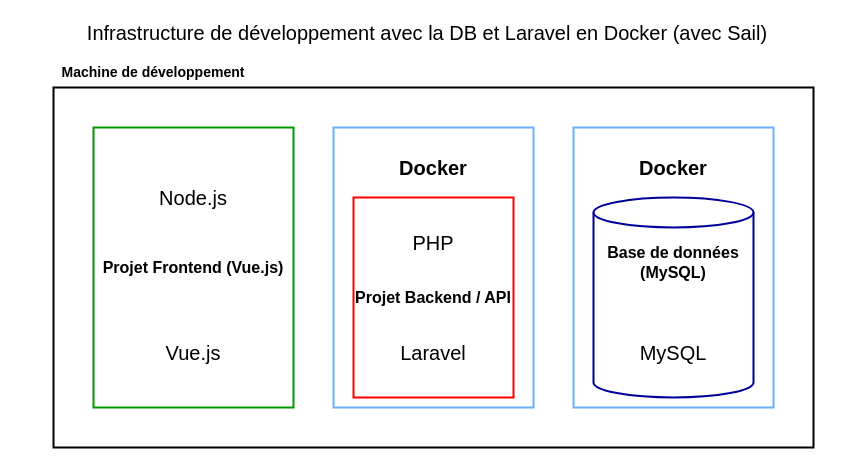
alecberney/TB_Report keeps this draw.io diagram as assets/figures/infrastructure-dev-db-laravel-docker.drawio. Above is the earlier version. Source tidied: cells renumbered, new cells numbered last; positions are measured from the earlier drawing's top-left corner, leaving out a move shared by most shapes. Both pictures are drawn from the tidied source at 100%, with x=0, y=0 at pixel (17, 17).
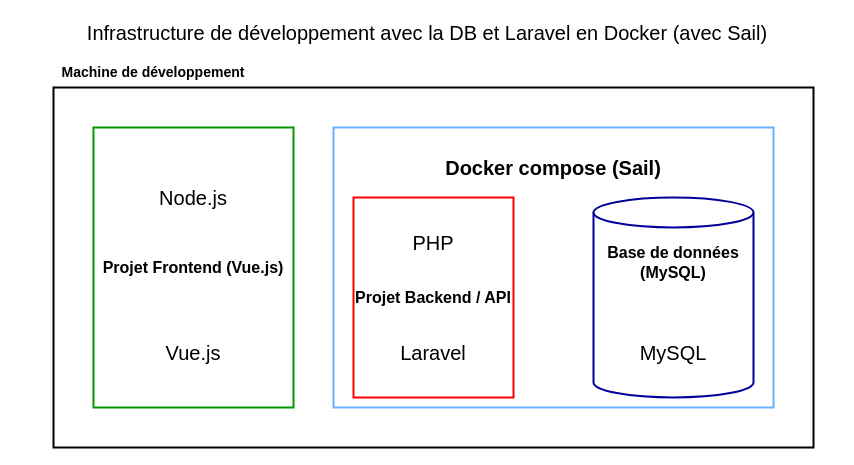
The same diagram, later.

Change to the diagram source:
```diff
@@
 <mxGraphModel>
   <root>
     <mxCell id="0" />
     <mxCell id="1" parent="0" />
     <mxCell id="2" style="rounded=0;whiteSpace=wrap;html=1;fillColor=none;strokeWidth=2;" parent="1" vertex="1">
       <mxGeometry x="36" y="70" width="760" height="360" as="geometry" />
     </mxCell>
     <mxCell id="3" style="rounded=0;whiteSpace=wrap;html=1;fontSize=14;strokeWidth=2;fillColor=none;strokeColor=#66B2FF;" parent="1" vertex="1">
-      <mxGeometry x="316" y="110" width="200" height="280" as="geometry" />
+      <mxGeometry x="316" y="110" width="440" height="280" as="geometry" />
     </mxCell>
-    <mxCell id="4" style="rounded=0;whiteSpace=wrap;html=1;fontSize=14;strokeWidth=2;fillColor=none;strokeColor=#66B2FF;" parent="1" vertex="1">
-      <mxGeometry x="556" y="110" width="200" height="280" as="geometry" />
-    </mxCell>
     <mxCell id="5" value="Infrastructure de développement avec la DB et Laravel en Docker (avec Sail)" style="text;html=1;strokeColor=none;fillColor=none;align=center;verticalAlign=middle;whiteSpace=wrap;rounded=0;fontSize=20;" parent="1" vertex="1">
       <mxGeometry width="820" height="30" as="geometry" />
     </mxCell>
     <mxCell id="6" value="&lt;span style=&quot;font-size: 14px;&quot;&gt;Machine de développement&lt;/span&gt;" style="text;html=1;strokeColor=none;fillColor=none;align=center;verticalAlign=middle;whiteSpace=wrap;rounded=0;fontStyle=1;fontSize=14;" parent="1" vertex="1">
       <mxGeometry x="36" y="40" width="200" height="30" as="geometry" />
     </mxCell>
     <mxCell id="7" value="&lt;font style=&quot;font-size: 16px;&quot;&gt;Projet Frontend (Vue.js)&lt;/font&gt;" style="rounded=0;whiteSpace=wrap;html=1;strokeWidth=2;fillColor=none;fontSize=16;strokeColor=#009900;fontStyle=1;" parent="1" vertex="1">
       <mxGeometry x="76" y="110" width="200" height="280" as="geometry" />
     </mxCell>
     <mxCell id="8" value="Projet Backend / API" style="rounded=0;whiteSpace=wrap;html=1;strokeWidth=2;fillColor=none;fontSize=16;fontStyle=1;strokeColor=#FF0000;" parent="1" vertex="1">
       <mxGeometry x="336" y="180" width="160" height="200" as="geometry" />
     </mxCell>
     <mxCell id="9" style="shape=cylinder3;whiteSpace=wrap;html=1;boundedLbl=1;backgroundOutline=1;size=15;strokeWidth=2;fillColor=none;fontSize=14;fontColor=#000000;strokeColor=#000099;" parent="1" vertex="1">
       <mxGeometry x="576" y="180" width="160" height="200" as="geometry" />
     </mxCell>
     <mxCell id="10" value="Base de données (MySQL)" style="text;html=1;strokeColor=none;fillColor=none;align=center;verticalAlign=middle;whiteSpace=wrap;rounded=0;fontSize=16;fontStyle=1;" parent="1" vertex="1">
       <mxGeometry x="576" y="230" width="160" height="30" as="geometry" />
     </mxCell>
     <mxCell id="11" value="Node.js" style="text;html=1;strokeColor=none;fillColor=none;align=center;verticalAlign=middle;whiteSpace=wrap;rounded=0;fontSize=20;" parent="1" vertex="1">
       <mxGeometry x="76" y="165" width="200" height="30" as="geometry" />
     </mxCell>
     <mxCell id="12" value="Vue.js" style="text;html=1;strokeColor=none;fillColor=none;align=center;verticalAlign=middle;whiteSpace=wrap;rounded=0;fontSize=20;" parent="1" vertex="1">
       <mxGeometry x="76" y="320" width="200" height="30" as="geometry" />
     </mxCell>
     <mxCell id="13" value="PHP" style="text;html=1;strokeColor=none;fillColor=none;align=center;verticalAlign=middle;whiteSpace=wrap;rounded=0;fontSize=20;" parent="1" vertex="1">
       <mxGeometry x="336" y="210" width="160" height="30" as="geometry" />
     </mxCell>
     <mxCell id="14" value="Laravel" style="text;html=1;strokeColor=none;fillColor=none;align=center;verticalAlign=middle;whiteSpace=wrap;rounded=0;fontSize=20;" parent="1" vertex="1">
       <mxGeometry x="336" y="320" width="160" height="30" as="geometry" />
     </mxCell>
     <mxCell id="15" value="MySQL" style="text;html=1;strokeColor=none;fillColor=none;align=center;verticalAlign=middle;whiteSpace=wrap;rounded=0;fontSize=20;" parent="1" vertex="1">
       <mxGeometry x="576" y="320" width="160" height="30" as="geometry" />
     </mxCell>
-    <mxCell id="16" value="Docker" style="text;html=1;strokeColor=none;fillColor=none;align=center;verticalAlign=middle;whiteSpace=wrap;rounded=0;fontSize=20;fontStyle=1;" parent="1" vertex="1">
-      <mxGeometry x="556" y="135" width="200" height="30" as="geometry" />
-    </mxCell>
-    <mxCell id="17" value="Docker" style="text;html=1;strokeColor=none;fillColor=none;align=center;verticalAlign=middle;whiteSpace=wrap;rounded=0;fontSize=20;fontStyle=1;" parent="1" vertex="1">
-      <mxGeometry x="316" y="135" width="200" height="30" as="geometry" />
+    <mxCell id="17" value="Docker compose (Sail)" style="text;html=1;strokeColor=none;fillColor=none;align=center;verticalAlign=middle;whiteSpace=wrap;rounded=0;fontSize=20;fontStyle=1;" parent="1" vertex="1">
+      <mxGeometry x="316" y="135" width="440" height="30" as="geometry" />
     </mxCell>
   </root>
 </mxGraphModel>
```
